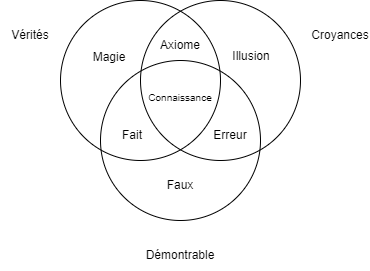
Before: assets/connaissance.drawio.png, a diagram exported from draw.io (Edit-IDE/Histoire-et-Philosophie-de-la-Programmation). Source tidied: cells renumbered, new cells last; positions are measured from the earlier drawing's top-left corner, leaving out a move shared by most shapes.
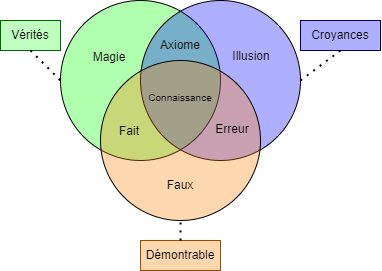
The same diagram one commit later.

The edit, as a diff of the source:
```diff
@@ -2,32 +2,32 @@
   <root>
     <mxCell id="0" />
     <mxCell id="1" parent="0" />
-    <mxCell id="2" style="ellipse;whiteSpace=wrap;html=1;fillColor=none;" parent="1" vertex="1">
+    <mxCell id="2" style="ellipse;whiteSpace=wrap;html=1;fillColor=#00FF0050;" parent="1" vertex="1">
       <mxGeometry x="60" width="160" height="160" as="geometry" />
     </mxCell>
-    <mxCell id="3" style="ellipse;whiteSpace=wrap;html=1;fillColor=none;" parent="1" vertex="1">
+    <mxCell id="3" style="ellipse;whiteSpace=wrap;html=1;fillColor=#0000FF50;shadow=0;" parent="1" vertex="1">
       <mxGeometry x="140" width="160" height="160" as="geometry" />
     </mxCell>
-    <mxCell id="4" style="ellipse;whiteSpace=wrap;html=1;fillColor=none;" parent="1" vertex="1">
+    <mxCell id="4" style="ellipse;whiteSpace=wrap;html=1;fillColor=#FF800050;" parent="1" vertex="1">
       <mxGeometry x="100" y="60" width="160" height="160" as="geometry" />
     </mxCell>
-    <mxCell id="5" value="Vérités" style="text;html=1;strokeColor=none;fillColor=none;align=center;verticalAlign=middle;whiteSpace=wrap;rounded=0;" parent="1" vertex="1">
+    <mxCell id="5" value="Vérités" style="text;html=1;strokeColor=#006600;fillColor=#33FF3350;align=center;verticalAlign=middle;whiteSpace=wrap;rounded=0;" parent="1" vertex="1">
       <mxGeometry y="20" width="60" height="30" as="geometry" />
     </mxCell>
-    <mxCell id="6" value="Croyances" style="text;html=1;strokeColor=none;fillColor=none;align=center;verticalAlign=middle;whiteSpace=wrap;rounded=0;" parent="1" vertex="1">
-      <mxGeometry x="310" y="20" width="60" height="30" as="geometry" />
+    <mxCell id="6" value="Croyances" style="text;html=1;strokeColor=#000066;fillColor=#0000FF50;align=center;verticalAlign=middle;whiteSpace=wrap;rounded=0;" parent="1" vertex="1">
+      <mxGeometry x="300" y="20" width="80" height="30" as="geometry" />
     </mxCell>
-    <mxCell id="7" value="Démontrable" style="text;html=1;strokeColor=none;fillColor=none;align=center;verticalAlign=middle;whiteSpace=wrap;rounded=0;" parent="1" vertex="1">
-      <mxGeometry x="150" y="240" width="60" height="30" as="geometry" />
+    <mxCell id="7" value="Démontrable" style="text;html=1;strokeColor=#994C00;fillColor=#FF800050;align=center;verticalAlign=middle;whiteSpace=wrap;rounded=0;" parent="1" vertex="1">
+      <mxGeometry x="140" y="240" width="80" height="30" as="geometry" />
     </mxCell>
     <mxCell id="8" value="Erreur" style="text;html=1;strokeColor=none;fillColor=none;align=center;verticalAlign=middle;whiteSpace=wrap;rounded=0;" parent="1" vertex="1">
-      <mxGeometry x="200" y="120" width="60" height="30" as="geometry" />
+      <mxGeometry x="202" y="114" width="60" height="30" as="geometry" />
     </mxCell>
     <mxCell id="9" value="&lt;font style=&quot;font-size: 10px;&quot;&gt;Connaissance&lt;/font&gt;" style="text;html=1;strokeColor=none;fillColor=none;align=center;verticalAlign=middle;whiteSpace=wrap;rounded=0;" parent="1" vertex="1">
       <mxGeometry x="150" y="82" width="60" height="30" as="geometry" />
     </mxCell>
     <mxCell id="10" value="Fait" style="text;html=1;strokeColor=none;fillColor=none;align=center;verticalAlign=middle;whiteSpace=wrap;rounded=0;" parent="1" vertex="1">
-      <mxGeometry x="102" y="120" width="60" height="30" as="geometry" />
+      <mxGeometry x="99" y="116" width="60" height="30" as="geometry" />
     </mxCell>
     <mxCell id="11" value="Axiome" style="text;html=1;strokeColor=none;fillColor=none;align=center;verticalAlign=middle;whiteSpace=wrap;rounded=0;" parent="1" vertex="1">
       <mxGeometry x="150" y="30" width="60" height="30" as="geometry" />
@@ -41,5 +41,14 @@
     <mxCell id="14" value="Illusion" style="text;html=1;strokeColor=none;fillColor=none;align=center;verticalAlign=middle;whiteSpace=wrap;rounded=0;" parent="1" vertex="1">
       <mxGeometry x="221" y="41" width="60" height="30" as="geometry" />
     </mxCell>
+    <mxCell id="15" style="endArrow=none;dashed=1;html=1;dashPattern=1 3;strokeWidth=2;rounded=0;exitX=0.5;exitY=0;exitDx=0;exitDy=0;entryX=0.5;entryY=1;entryDx=0;entryDy=0;" parent="1" edge="1" source="7" target="4">
+      <mxGeometry relative="1" as="geometry" />
+    </mxCell>
+    <mxCell id="16" style="endArrow=none;dashed=1;html=1;dashPattern=1 3;strokeWidth=2;rounded=0;exitX=0.5;exitY=1;exitDx=0;exitDy=0;entryX=1;entryY=0.5;entryDx=0;entryDy=0;" parent="1" edge="1" source="6" target="3">
+      <mxGeometry relative="1" as="geometry" />
+    </mxCell>
+    <mxCell id="17" style="endArrow=none;dashed=1;html=1;dashPattern=1 3;strokeWidth=2;rounded=0;exitX=0.5;exitY=1;exitDx=0;exitDy=0;entryX=0;entryY=0.5;entryDx=0;entryDy=0;" parent="1" edge="1" source="5" target="2">
+      <mxGeometry relative="1" as="geometry" />
+    </mxCell>
   </root>
 </mxGraphModel>
```
